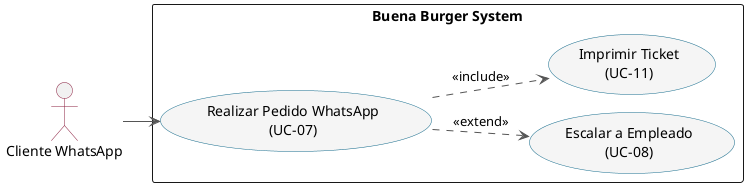
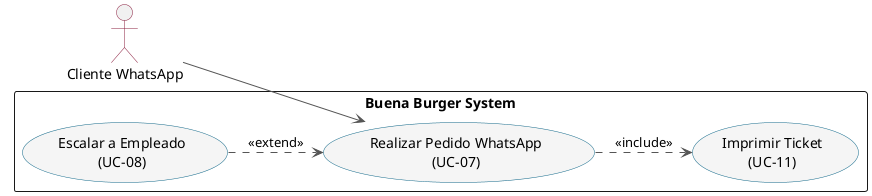
@startuml
!pragma layout smetana
left to right direction
skinparam shadowing false
skinparam packageStyle rectangle
skinparam usecase {
  BackgroundColor #F5F5F5
  BorderColor #146B8C
}
skinparam actor {
  BorderColor #8B1E3F
}
skinparam ArrowColor #555555
actor "Cliente WhatsApp" as CW
rectangle "Buena Burger System" {
  usecase "Realizar Pedido WhatsApp\n(UC-07)" as U7
  usecase "Escalar a Empleado\n(UC-08)" as U8
  usecase "Imprimir Ticket\n(UC-11)" as U11
}
CW --> U7
- U7 ..> U8 : <<extend>>
+ U8 ..> U7 : <<extend>>
U7 ..> U11 : <<include>>
@enduml
